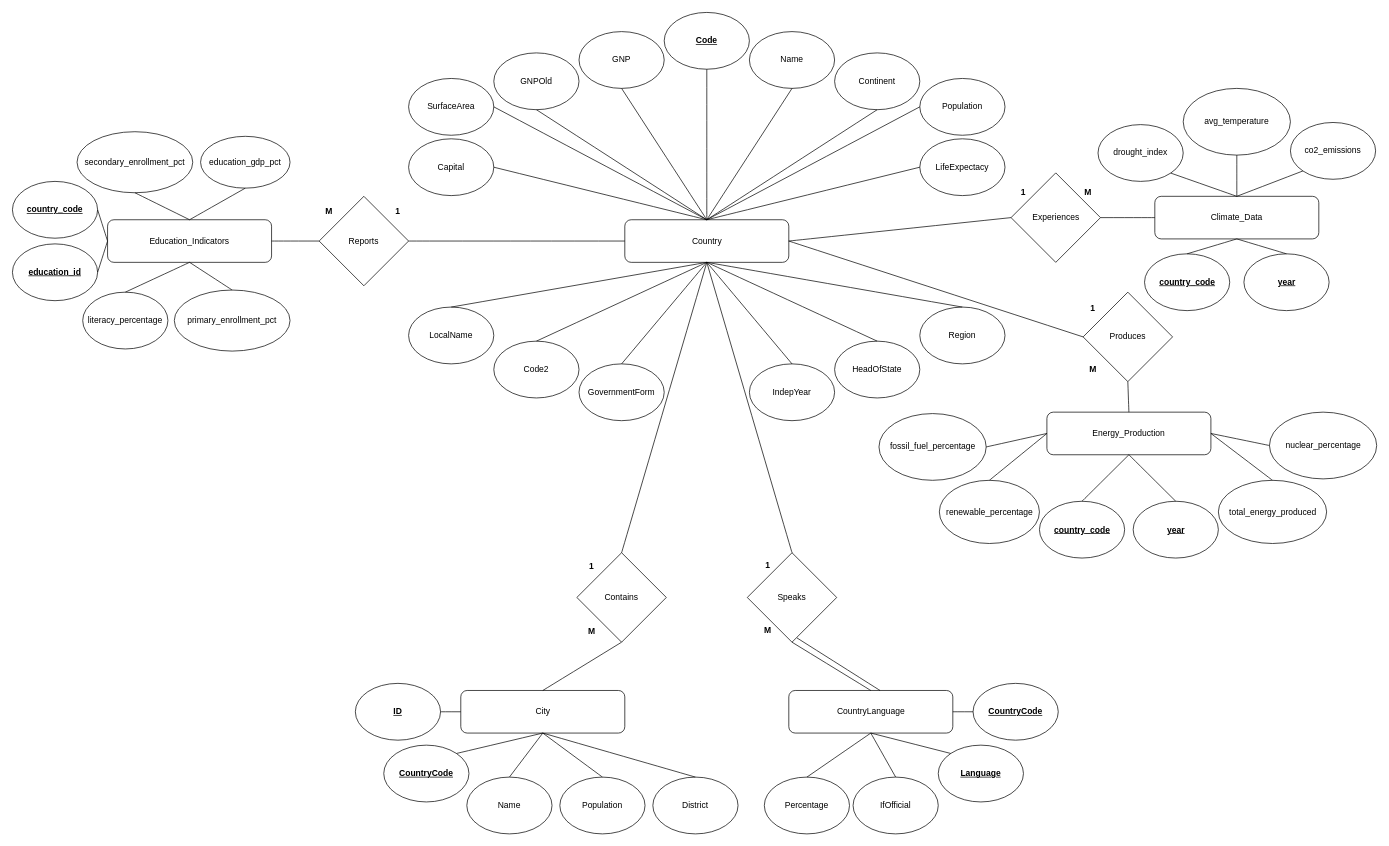
The draw.io diagram ER-Diagrams-Group 7.drawio in EmilianoManaloIV/CPSC-332-Group-7-Repo, before the edit. Source tidied: cells renumbered, new cells numbered last; positions are measured from the earlier drawing's top-left corner, leaving out a move shared by most shapes. Both pictures are drawn from the tidied source at 71%, with x=0, y=0 at pixel (12, 12).
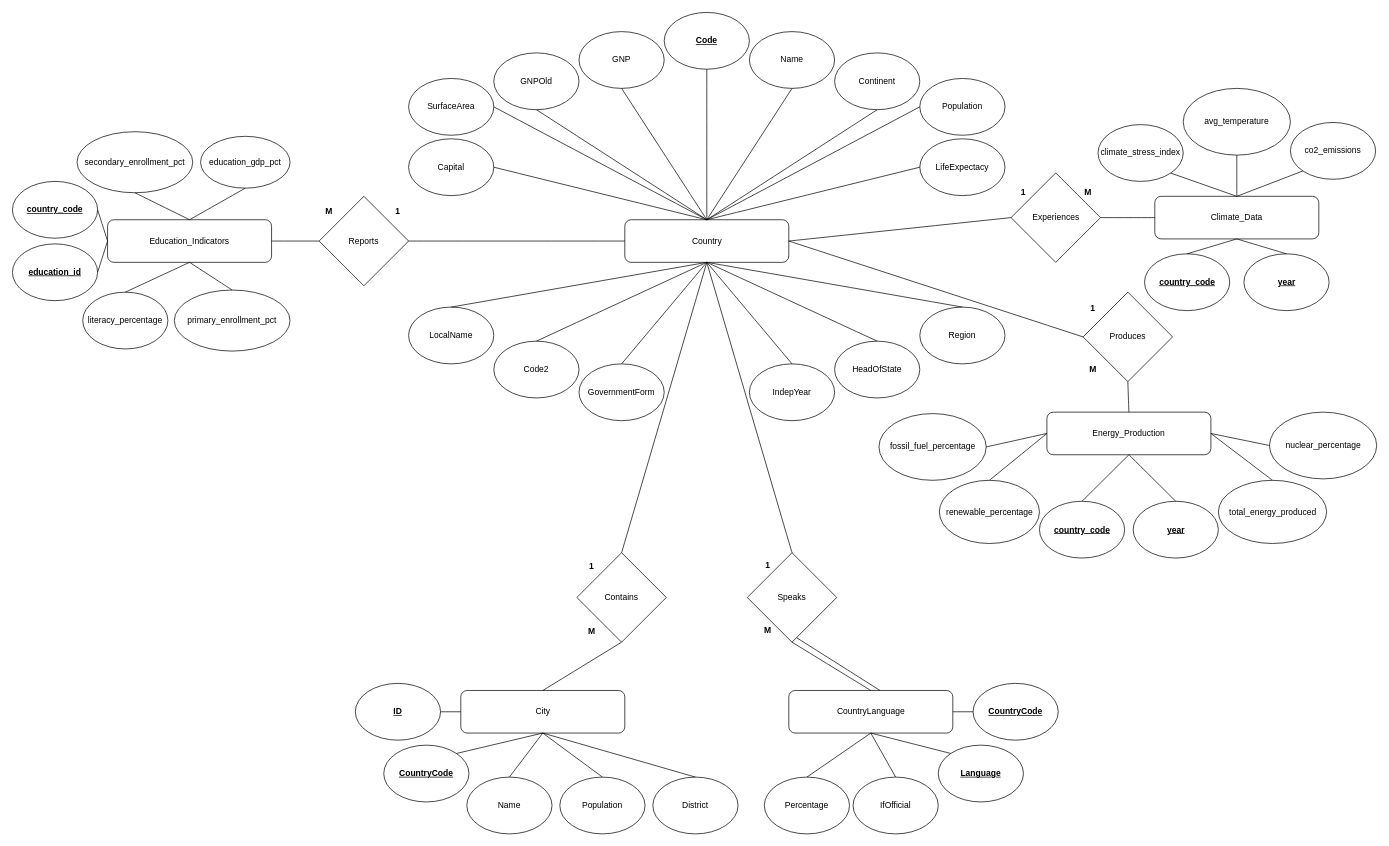
The same diagram, later.

Diff of the diagram source:
```diff
@@
-    <mxCell id="91" value="drought_index" style="ellipse;whiteSpace=wrap;html=1;" parent="1" vertex="1">
+    <mxCell id="91" value="climate_stress_index" style="ellipse;whiteSpace=wrap;html=1;" parent="1" vertex="1">
       <mxGeometry x="1529" y="158" width="120" height="80" as="geometry" />
     </mxCell>
```
